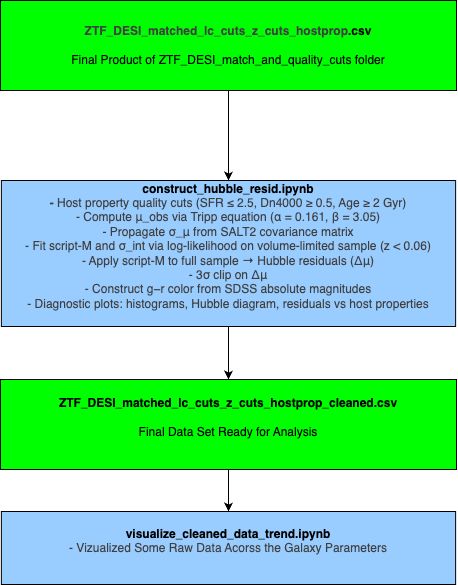
Above: ZTF_DESI_data_prep/ZTF_DESI_data_prep_directed_acyclic_graph.drawio.png in mwvgroup/myc21_first_paper (draw.io), before the change. Source tidied: cells renumbered, new cells last; positions are measured from the earlier drawing's top-left corner, leaving out a move shared by most shapes.
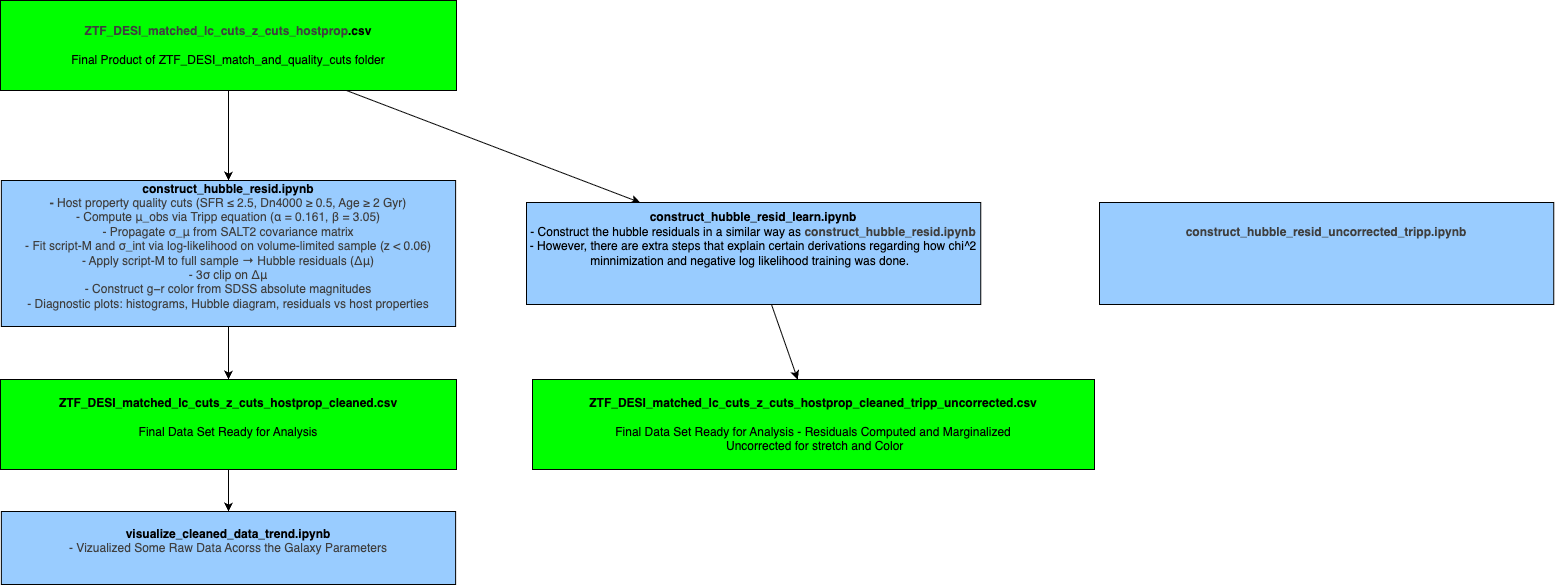
The same diagram one commit later.

Commit message:
Performed claculations/marginalizations for distance modulus assuming uncorrected tripp parameters.

Change to the diagram source:
```diff
@@ -2,9 +2,12 @@
   <root>
     <mxCell id="0" />
     <mxCell id="1" parent="0" />
-    <mxCell id="2" style="edgeStyle=none;html=1;" parent="1" edge="1" source="3" target="5">
+    <mxCell id="2" style="edgeStyle=none;html=1;entryX=0.25;entryY=0;entryDx=0;entryDy=0;" parent="1" edge="1" source="3" target="11">
       <mxGeometry relative="1" as="geometry" />
     </mxCell>
+    <mxCell id="9" style="edgeStyle=none;html=1;" parent="1" edge="1" source="3" target="5">
+      <mxGeometry relative="1" as="geometry" />
+    </mxCell>
     <mxCell id="3" value="&lt;div&gt;&lt;span style=&quot;color: rgb(63, 63, 63); background-color: transparent;&quot;&gt;&lt;b&gt;ZTF_DESI_matched_lc_cuts_z_cuts_hostprop&lt;/b&gt;&lt;/span&gt;&lt;b&gt;.csv&lt;br&gt;&lt;br&gt;&lt;/b&gt;&lt;/div&gt;&lt;div&gt;Final Product of ZTF_DESI_match_and_quality_cuts folder&lt;/div&gt;" style="rounded=0;whiteSpace=wrap;html=1;fillColor=#00FF00;strokeColor=default;" parent="1" vertex="1">
       <mxGeometry width="456" height="90" as="geometry" />
     </mxCell>
@@ -23,5 +26,17 @@
     <mxCell id="8" value="&lt;div&gt;&lt;span style=&quot;background-color: transparent;&quot;&gt;&lt;b&gt;visualize_cleaned_data_trend.ipynb&lt;/b&gt;&lt;/span&gt;&lt;/div&gt;&lt;div&gt;&lt;span style=&quot;color: rgb(63, 63, 63); background-color: transparent;&quot;&gt;- Vizualized Some Raw Data Acorss the Galaxy Parameters&lt;/span&gt;&lt;/div&gt;&lt;div&gt;&lt;br&gt;&lt;/div&gt;" style="rounded=0;whiteSpace=wrap;html=1;fillColor=#99CCFF;" parent="1" vertex="1">
       <mxGeometry x="0.9" y="511" width="454.2" height="73" as="geometry" />
     </mxCell>
+    <mxCell id="10" style="edgeStyle=none;html=1;" parent="1" edge="1" source="11" target="13">
+      <mxGeometry relative="1" as="geometry" />
+    </mxCell>
+    <mxCell id="11" value="&lt;div&gt;&lt;span style=&quot;background-color: transparent;&quot;&gt;&lt;b&gt;construct_hubble_resid_learn.ipynb&lt;/b&gt;&lt;/span&gt;&lt;/div&gt;&lt;div&gt;- Construct the hubble residuals in a similar way as&amp;nbsp;&lt;b style=&quot;color: rgb(63, 63, 63); background-color: transparent; scrollbar-color: rgb(226, 226, 226) rgb(251, 251, 251);&quot;&gt;construct_hubble_resid.ipynb&lt;/b&gt;&lt;/div&gt;&lt;div&gt;- However, there are extra steps that explain certain derivations regarding how chi^2 minnimization and negative log likelihood training was done.&amp;nbsp;&amp;nbsp;&lt;/div&gt;&lt;div&gt;&lt;br&gt;&lt;/div&gt;&lt;div&gt;&lt;br&gt;&lt;/div&gt;" style="rounded=0;whiteSpace=wrap;html=1;fillColor=#99CCFF;" parent="1" vertex="1">
+      <mxGeometry x="526" y="202" width="454.2" height="102" as="geometry" />
+    </mxCell>
+    <mxCell id="12" value="&lt;div style=&quot;color: rgb(63, 63, 63); scrollbar-color: rgb(226, 226, 226) rgb(251, 251, 251);&quot;&gt;&lt;b style=&quot;color: rgb(63, 63, 63); scrollbar-color: rgb(226, 226, 226) rgb(251, 251, 251);&quot;&gt;construct_hubble_resid_uncorrected_tripp.ipynb&lt;/b&gt;&lt;/div&gt;&lt;div&gt;&lt;span style=&quot;color: rgb(63, 63, 63); background-color: transparent;&quot;&gt;&amp;nbsp;&lt;/span&gt;&lt;/div&gt;&lt;div&gt;&lt;br&gt;&lt;/div&gt;&lt;div&gt;&lt;br&gt;&lt;/div&gt;" style="rounded=0;whiteSpace=wrap;html=1;fillColor=#99CCFF;" parent="1" vertex="1">
+      <mxGeometry x="1099" y="202" width="454.2" height="102" as="geometry" />
+    </mxCell>
+    <mxCell id="13" value="&lt;div&gt;&lt;font color=&quot;#000000&quot;&gt;&lt;b&gt;ZTF_DESI_matched_lc_cuts_z_cuts_hostprop_cleaned_tripp_uncorrected.csv&lt;/b&gt;&lt;/font&gt;&lt;/div&gt;&lt;div&gt;&lt;br&gt;Final Data Set Ready for Analysis - Residuals Computed and Marginalized&lt;/div&gt;&lt;div&gt;&amp;nbsp;Uncorrected for stretch and Color&lt;/div&gt;" style="rounded=0;whiteSpace=wrap;html=1;fillColor=#00FF00;strokeColor=default;" parent="1" vertex="1">
+      <mxGeometry x="532" y="379" width="562" height="90" as="geometry" />
+    </mxCell>
   </root>
 </mxGraphModel>
```
